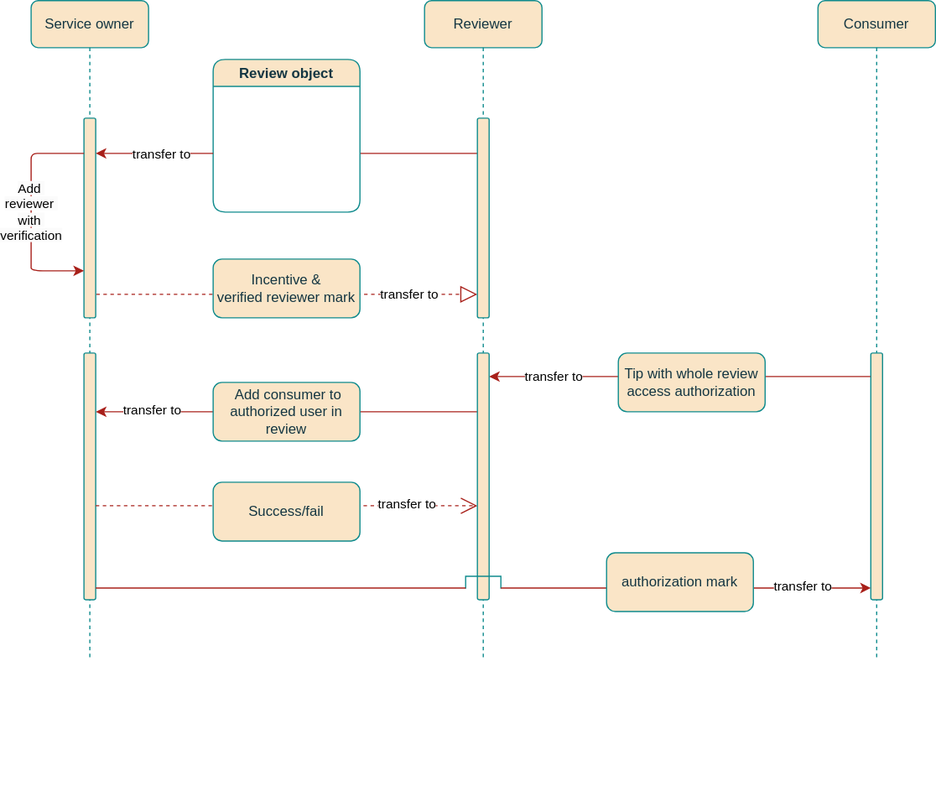
devan-ko/rating_poc keeps this draw.io diagram as Seq_Diagram_none_use_escrow.drawio.svg. Above is the earlier version. Source tidied: cells renumbered, new cells last; positions are measured from the earlier drawing's top-left corner, leaving out a move shared by most shapes.
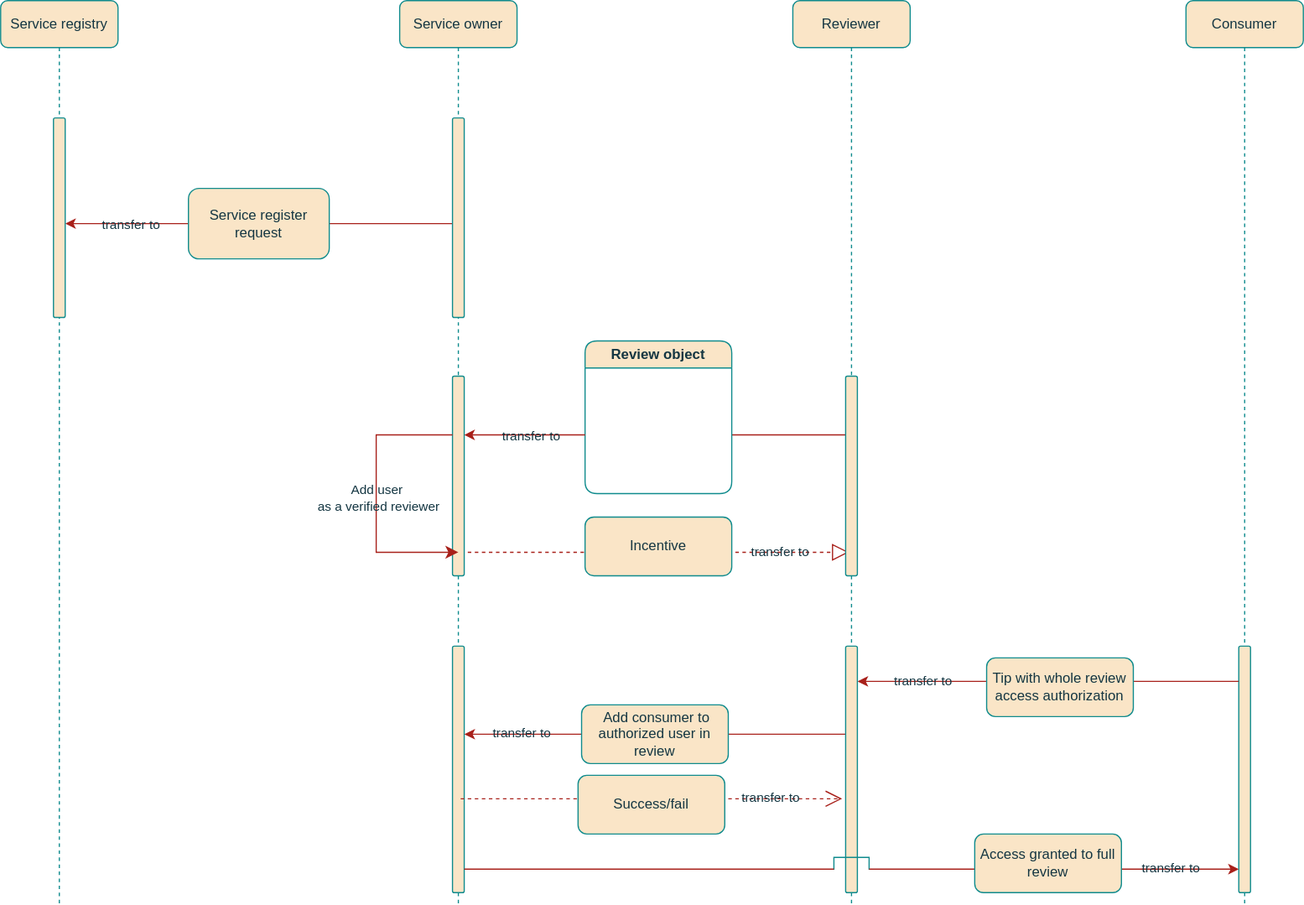
After the commit.

Change to the diagram source:
```diff
@@ -2,76 +2,90 @@
   <root>
     <mxCell id="0" />
     <mxCell id="1" parent="0" />
+    <mxCell id="33" style="endArrow=classic;html=1;rounded=0;labelBackgroundColor=none;strokeColor=#A8201A;fontColor=default;" parent="1" edge="1" source="35">
+      <mxGeometry relative="1" as="geometry">
+        <mxPoint x="45" y="180" as="targetPoint" />
+      </mxGeometry>
+    </mxCell>
+    <mxCell id="34" value="transfer to" style="edgeLabel;html=1;align=center;verticalAlign=middle;labelBackgroundColor=none;fontColor=#143642;" parent="33" vertex="1">
+      <mxGeometry x="0.19" relative="1" as="geometry">
+        <mxPoint x="-78" as="offset" />
+      </mxGeometry>
+    </mxCell>
-    <mxCell id="2" style="endArrow=block;dashed=1;endFill=0;endSize=12;html=1;rounded=1;jumpStyle=none;jumpSize=0;labelBackgroundColor=none;fontColor=default;strokeColor=#A8201A;" parent="1" edge="1" source="4">
+    <mxCell id="2" style="endArrow=block;dashed=1;endFill=0;endSize=12;html=1;rounded=1;jumpStyle=none;jumpSize=0;labelBackgroundColor=none;fontColor=default;strokeColor=#A8201A;" parent="1" edge="1">
       <mxGeometry relative="1" as="geometry">
-        <mxPoint x="380" y="250" as="targetPoint" />
+        <mxPoint x="382" y="460" as="sourcePoint" />
+        <mxPoint x="713" y="460" as="targetPoint" />
       </mxGeometry>
     </mxCell>
-    <mxCell id="3" value="transfer to" style="edgeLabel;html=1;align=center;verticalAlign=middle;" parent="2" vertex="1">
+    <mxCell id="3" value="transfer to" style="edgeLabel;html=1;align=center;verticalAlign=middle;labelBackgroundColor=none;fontColor=#143642;" parent="2" vertex="1">
       <mxGeometry x="0.64" y="1" relative="1" as="geometry" />
     </mxCell>
     <mxCell id="4" value="Service owner" style="shape=umlLifeline;perimeter=lifelinePerimeter;whiteSpace=wrap;html=1;outlineConnect=0;portConstraint=eastwest;newEdgeStyle={&quot;edgeStyle&quot;:&quot;elbowEdgeStyle&quot;,&quot;elbow&quot;:&quot;vertical&quot;,&quot;curved&quot;:0,&quot;rounded&quot;:0};labelBackgroundColor=none;rounded=1;fillColor=#FAE5C7;strokeColor=#0F8B8D;fontColor=#143642;" parent="1" vertex="1">
-      <mxGeometry width="100" height="560" as="geometry" />
+      <mxGeometry x="330" y="-10" width="100" height="770" as="geometry" />
     </mxCell>
     <mxCell id="5" style="html=1;points=[[0,0,0,0,5],[0,1,0,0,-5],[1,0,0,0,5],[1,1,0,0,-5]];perimeter=orthogonalPerimeter;outlineConnect=0;targetShapes=umlLifeline;portConstraint=eastwest;newEdgeStyle={&quot;curved&quot;:0,&quot;rounded&quot;:0};labelBackgroundColor=none;rounded=1;fillColor=#FAE5C7;strokeColor=#0F8B8D;fontColor=#143642;" parent="4" vertex="1">
-      <mxGeometry x="45" y="100" width="10" height="170" as="geometry" />
+      <mxGeometry x="45" y="320" width="10" height="170" as="geometry" />
     </mxCell>
     <mxCell id="6" style="html=1;perimeter=orthogonalPerimeter;targetShapes=umlLifeline;newEdgeStyle={&quot;curved&quot;:0,&quot;rounded&quot;:0};labelBackgroundColor=none;rounded=1;fillColor=#FAE5C7;strokeColor=#0F8B8D;fontColor=#143642;" parent="4" vertex="1">
-      <mxGeometry x="45" y="300" width="10" height="210" as="geometry" />
+      <mxGeometry x="45" y="550" width="10" height="210" as="geometry" />
     </mxCell>
+    <mxCell id="35" style="html=1;points=[[0,0,0,0,5],[0,1,0,0,-5],[1,0,0,0,5],[1,1,0,0,-5]];perimeter=orthogonalPerimeter;outlineConnect=0;targetShapes=umlLifeline;portConstraint=eastwest;newEdgeStyle={&quot;curved&quot;:0,&quot;rounded&quot;:0};labelBackgroundColor=none;rounded=1;fillColor=#FAE5C7;strokeColor=#0F8B8D;fontColor=#143642;" parent="4" vertex="1">
+      <mxGeometry x="45" y="100" width="10" height="170" as="geometry" />
+    </mxCell>
     <mxCell id="7" value="Consumer" style="shape=umlLifeline;perimeter=lifelinePerimeter;whiteSpace=wrap;html=1;newEdgeStyle={&quot;edgeStyle&quot;:&quot;elbowEdgeStyle&quot;,&quot;elbow&quot;:&quot;vertical&quot;,&quot;curved&quot;:0,&quot;rounded&quot;:0};labelBackgroundColor=none;rounded=1;fillColor=#FAE5C7;strokeColor=#0F8B8D;fontColor=#143642;" parent="1" vertex="1">
-      <mxGeometry x="670" width="100" height="560" as="geometry" />
+      <mxGeometry x="1000" y="-10" width="100" height="770" as="geometry" />
     </mxCell>
     <mxCell id="8" style="html=1;perimeter=orthogonalPerimeter;targetShapes=umlLifeline;newEdgeStyle={&quot;curved&quot;:0,&quot;rounded&quot;:0};labelBackgroundColor=none;rounded=1;fillColor=#FAE5C7;strokeColor=#0F8B8D;fontColor=#143642;" parent="7" vertex="1">
-      <mxGeometry x="45" y="300" width="10" height="210" as="geometry" />
+      <mxGeometry x="45" y="550" width="10" height="210" as="geometry" />
     </mxCell>
     <mxCell id="9" style="endArrow=none;html=1;rounded=1;jumpStyle=none;jumpSize=0;labelBackgroundColor=none;fontColor=default;strokeColor=#A8201A;" parent="1" edge="1">
       <mxGeometry relative="1" as="geometry">
-        <mxPoint x="280" y="130" as="sourcePoint" />
-        <mxPoint x="380" y="130" as="targetPoint" />
+        <mxPoint x="613" y="360" as="sourcePoint" />
+        <mxPoint x="713" y="360" as="targetPoint" />
       </mxGeometry>
     </mxCell>
     <mxCell id="10" value="Review object" style="swimlane;whiteSpace=wrap;html=1;labelBackgroundColor=none;rounded=1;fillColor=#FAE5C7;strokeColor=#0F8B8D;fontColor=#143642;" parent="1" vertex="1">
-      <mxGeometry x="155" y="50" width="125" height="130" as="geometry" />
+      <mxGeometry x="488" y="280" width="125" height="130" as="geometry" />
     </mxCell>
     <mxCell id="11" style="endArrow=classic;html=1;rounded=1;jumpStyle=none;jumpSize=0;labelBackgroundColor=none;fontColor=default;strokeColor=#A8201A;" parent="10" edge="1" target="5">
       <mxGeometry relative="1" as="geometry">
         <mxPoint y="80" as="sourcePoint" />
       </mxGeometry>
     </mxCell>
-    <mxCell id="12" value="transfer to" style="edgeLabel;html=1;align=center;verticalAlign=middle;" parent="11" vertex="1">
+    <mxCell id="12" value="transfer to" style="edgeLabel;html=1;align=center;verticalAlign=middle;labelBackgroundColor=none;fontColor=#143642;" parent="11" vertex="1">
       <mxGeometry x="0.26" y="4" relative="1" as="geometry">
         <mxPoint x="18" y="-4" as="offset" />
       </mxGeometry>
     </mxCell>
-    <mxCell id="13" value="Incentive &amp;amp;&lt;br&gt;verified reviewer mark" style="html=1;whiteSpace=wrap;labelBackgroundColor=none;rounded=1;fillColor=#FAE5C7;strokeColor=#0F8B8D;fontColor=#143642;" parent="1" vertex="1">
-      <mxGeometry x="155" y="220" width="125" height="50" as="geometry" />
+    <mxCell id="13" value="Incentive" style="html=1;whiteSpace=wrap;labelBackgroundColor=none;rounded=1;fillColor=#FAE5C7;strokeColor=#0F8B8D;fontColor=#143642;" parent="1" vertex="1">
+      <mxGeometry x="488" y="430" width="125" height="50" as="geometry" />
     </mxCell>
     <mxCell id="14" style="endArrow=classic;html=1;rounded=1;jumpStyle=none;jumpSize=0;labelBackgroundColor=none;fontColor=default;strokeColor=#A8201A;" parent="1" edge="1">
       <mxGeometry relative="1" as="geometry">
-        <mxPoint x="714.7" y="320" as="sourcePoint" />
-        <mxPoint x="390" y="320" as="targetPoint" />
+        <mxPoint x="1044.9" y="570" as="sourcePoint" />
+        <mxPoint x="720.1" y="570" as="targetPoint" />
       </mxGeometry>
     </mxCell>
-    <mxCell id="15" value="transfer to" style="edgeLabel;html=1;align=center;verticalAlign=middle;" parent="14" vertex="1">
+    <mxCell id="15" value="transfer to" style="edgeLabel;html=1;align=center;verticalAlign=middle;labelBackgroundColor=none;fontColor=#143642;" parent="14" vertex="1">
       <mxGeometry x="0.66" y="-1" relative="1" as="geometry" />
     </mxCell>
     <mxCell id="16" style="endArrow=classic;html=1;rounded=1;jumpStyle=none;jumpSize=0;labelBackgroundColor=none;fontColor=default;strokeColor=#A8201A;" parent="1" edge="1">
       <mxGeometry relative="1" as="geometry">
-        <mxPoint x="379.9" y="350" as="sourcePoint" />
-        <mxPoint x="55.1" y="350" as="targetPoint" />
+        <mxPoint x="709.9" y="615" as="sourcePoint" />
+        <mxPoint x="385.1" y="615" as="targetPoint" />
       </mxGeometry>
     </mxCell>
-    <mxCell id="17" value="transfer to" style="edgeLabel;html=1;align=center;verticalAlign=middle;" parent="16" vertex="1">
+    <mxCell id="17" value="transfer to" style="edgeLabel;html=1;align=center;verticalAlign=middle;labelBackgroundColor=none;fontColor=#143642;" parent="16" vertex="1">
       <mxGeometry x="0.71" y="-2" relative="1" as="geometry" />
     </mxCell>
     <mxCell id="18" style="endArrow=open;endSize=12;dashed=1;html=1;rounded=1;jumpStyle=none;jumpSize=0;labelBackgroundColor=none;fontColor=default;strokeColor=#A8201A;" parent="1" edge="1">
       <mxGeometry relative="1" as="geometry">
-        <mxPoint x="55" y="430" as="sourcePoint" />
-        <mxPoint x="380" y="430" as="targetPoint" />
+        <mxPoint x="382" y="670" as="sourcePoint" />
+        <mxPoint x="707" y="670" as="targetPoint" />
       </mxGeometry>
     </mxCell>
-    <mxCell id="19" value="transfer to" style="edgeLabel;html=1;align=center;verticalAlign=middle;" parent="18" vertex="1">
+    <mxCell id="19" value="transfer to" style="edgeLabel;html=1;align=center;verticalAlign=middle;labelBackgroundColor=none;fontColor=#143642;" parent="18" vertex="1">
       <mxGeometry x="0.62" y="2" relative="1" as="geometry" />
     </mxCell>
     <mxCell id="20" style="endArrow=classic;html=1;rounded=1;jumpStyle=arc;jumpSize=30;labelBackgroundColor=none;fontColor=default;strokeColor=#A8201A;" parent="1" edge="1">
@@ -81,57 +95,62 @@
       </mxGeometry>
     </mxCell>
     <mxCell id="21" value="Reviewer" style="shape=umlLifeline;perimeter=lifelinePerimeter;whiteSpace=wrap;html=1;newEdgeStyle={&quot;edgeStyle&quot;:&quot;elbowEdgeStyle&quot;,&quot;elbow&quot;:&quot;vertical&quot;,&quot;curved&quot;:0,&quot;rounded&quot;:0};strokeOpacity=100;labelBackgroundColor=none;rounded=1;fillColor=#FAE5C7;strokeColor=#0F8B8D;fontColor=#143642;" parent="1" vertex="1">
-      <mxGeometry x="335" width="100" height="560" as="geometry" />
+      <mxGeometry x="665" y="-10" width="100" height="770" as="geometry" />
     </mxCell>
     <mxCell id="22" style="html=1;perimeter=orthogonalPerimeter;targetShapes=umlLifeline;newEdgeStyle={&quot;curved&quot;:0,&quot;rounded&quot;:0};labelBackgroundColor=none;rounded=1;fillColor=#FAE5C7;strokeColor=#0F8B8D;fontColor=#143642;" parent="21" vertex="1">
-      <mxGeometry x="45" y="100" width="10" height="170" as="geometry" />
+      <mxGeometry x="45" y="320" width="10" height="170" as="geometry" />
     </mxCell>
     <mxCell id="23" style="html=1;perimeter=orthogonalPerimeter;targetShapes=umlLifeline;newEdgeStyle={&quot;curved&quot;:0,&quot;rounded&quot;:0};labelBackgroundColor=none;rounded=1;fillColor=#FAE5C7;strokeColor=#0F8B8D;fontColor=#143642;" parent="21" vertex="1">
-      <mxGeometry x="45" y="300" width="10" height="210" as="geometry" />
+      <mxGeometry x="45" y="550" width="10" height="210" as="geometry" />
     </mxCell>
-    <mxCell id="24" value="&lt;meta charset=&quot;utf-8&quot;&gt;&lt;span style=&quot;color: rgb(0, 0, 0); font-family: Helvetica; font-size: 11px; font-style: normal; font-variant-ligatures: normal; font-variant-caps: normal; font-weight: 400; letter-spacing: normal; orphans: 2; text-align: center; text-indent: 0px; text-transform: none; widows: 2; word-spacing: 0px; -webkit-text-stroke-width: 0px; background-color: rgb(251, 251, 251); text-decoration-thickness: initial; text-decoration-style: initial; text-decoration-color: initial; float: none; display: inline !important;&quot;&gt;Add&amp;nbsp;&lt;/span&gt;&lt;br style=&quot;border-color: var(--border-color); color: rgb(0, 0, 0); font-family: Helvetica; font-size: 11px; font-style: normal; font-variant-ligatures: normal; font-variant-caps: normal; font-weight: 400; letter-spacing: normal; orphans: 2; text-align: center; text-indent: 0px; text-transform: none; widows: 2; word-spacing: 0px; -webkit-text-stroke-width: 0px; background-color: rgb(251, 251, 251); text-decoration-thickness: initial; text-decoration-style: initial; text-decoration-color: initial;&quot;&gt;&lt;span style=&quot;color: rgb(0, 0, 0); font-family: Helvetica; font-size: 11px; font-style: normal; font-variant-ligatures: normal; font-variant-caps: normal; font-weight: 400; letter-spacing: normal; orphans: 2; text-align: center; text-indent: 0px; text-transform: none; widows: 2; word-spacing: 0px; -webkit-text-stroke-width: 0px; background-color: rgb(251, 251, 251); text-decoration-thickness: initial; text-decoration-style: initial; text-decoration-color: initial; float: none; display: inline !important;&quot;&gt;reviewer&amp;nbsp;&lt;/span&gt;&lt;br style=&quot;border-color: var(--border-color); color: rgb(0, 0, 0); font-family: Helvetica; font-size: 11px; font-style: normal; font-variant-ligatures: normal; font-variant-caps: normal; font-weight: 400; letter-spacing: normal; orphans: 2; text-align: center; text-indent: 0px; text-transform: none; widows: 2; word-spacing: 0px; -webkit-text-stroke-width: 0px; background-color: rgb(251, 251, 251); text-decoration-thickness: initial; text-decoration-style: initial; text-decoration-color: initial;&quot;&gt;&lt;span style=&quot;color: rgb(0, 0, 0); font-family: Helvetica; font-size: 11px; font-style: normal; font-variant-ligatures: normal; font-variant-caps: normal; font-weight: 400; letter-spacing: normal; orphans: 2; text-align: center; text-indent: 0px; text-transform: none; widows: 2; word-spacing: 0px; -webkit-text-stroke-width: 0px; background-color: rgb(251, 251, 251); text-decoration-thickness: initial; text-decoration-style: initial; text-decoration-color: initial; float: none; display: inline !important;&quot;&gt;with&amp;nbsp;&lt;/span&gt;&lt;br style=&quot;border-color: var(--border-color); color: rgb(0, 0, 0); font-family: Helvetica; font-size: 11px; font-style: normal; font-variant-ligatures: normal; font-variant-caps: normal; font-weight: 400; letter-spacing: normal; orphans: 2; text-align: center; text-indent: 0px; text-transform: none; widows: 2; word-spacing: 0px; -webkit-text-stroke-width: 0px; background-color: rgb(251, 251, 251); text-decoration-thickness: initial; text-decoration-style: initial; text-decoration-color: initial;&quot;&gt;&lt;span style=&quot;color: rgb(0, 0, 0); font-family: Helvetica; font-size: 11px; font-style: normal; font-variant-ligatures: normal; font-variant-caps: normal; font-weight: 400; letter-spacing: normal; orphans: 2; text-align: center; text-indent: 0px; text-transform: none; widows: 2; word-spacing: 0px; -webkit-text-stroke-width: 0px; background-color: rgb(251, 251, 251); text-decoration-thickness: initial; text-decoration-style: initial; text-decoration-color: initial; float: none; display: inline !important;&quot;&gt;verification&lt;/span&gt;" style="endArrow=classic;html=1;rounded=1;labelBackgroundColor=none;fontColor=default;strokeColor=#A8201A;" parent="1" edge="1" target="5">
-      <mxGeometry relative="1" as="geometry">
-        <mxPoint x="45" y="130" as="sourcePoint" />
-        <Array as="points">
-          <mxPoint x="30" y="130" />
-          <mxPoint x="20" y="130" />
-          <mxPoint y="130" />
-          <mxPoint y="140" />
-          <mxPoint y="200" />
-          <mxPoint y="220" />
-          <mxPoint y="230" />
-          <mxPoint x="20" y="230" />
-        </Array>
-      </mxGeometry>
-    </mxCell>
     <mxCell id="25" value="Tip with whole review access authorization" style="html=1;whiteSpace=wrap;labelBackgroundColor=none;rounded=1;fillColor=#FAE5C7;strokeColor=#0F8B8D;fontColor=#143642;" parent="1" vertex="1">
-      <mxGeometry x="500" y="300" width="125" height="50" as="geometry" />
+      <mxGeometry x="830.1" y="550" width="125" height="50" as="geometry" />
     </mxCell>
     <mxCell id="26" value="&amp;nbsp;Add consumer to authorized user in review" style="html=1;whiteSpace=wrap;labelBackgroundColor=none;rounded=1;fillColor=#FAE5C7;strokeColor=#0F8B8D;fontColor=#143642;" parent="1" vertex="1">
-      <mxGeometry x="155" y="325" width="125" height="50" as="geometry" />
+      <mxGeometry x="485" y="590" width="125" height="50" as="geometry" />
     </mxCell>
     <mxCell id="27" value="Success/fail" style="html=1;whiteSpace=wrap;labelBackgroundColor=none;rounded=1;fillColor=#FAE5C7;strokeColor=#0F8B8D;fontColor=#143642;" parent="1" vertex="1">
-      <mxGeometry x="155" y="410" width="125" height="50" as="geometry" />
+      <mxGeometry x="482" y="650" width="125" height="50" as="geometry" />
     </mxCell>
     <mxCell id="28" style="shape=partialRectangle;whiteSpace=wrap;html=1;bottom=1;right=1;left=1;top=0;fillColor=none;routingCenterX=-0.5;direction=west;labelBackgroundColor=none;rounded=1;strokeColor=#0F8B8D;fontColor=#143642;" parent="1" vertex="1">
-      <mxGeometry x="370" y="490" width="30" height="10" as="geometry" />
+      <mxGeometry x="700" y="720" width="30" height="10" as="geometry" />
     </mxCell>
     <mxCell id="29" style="endArrow=none;html=1;rounded=1;entryX=1;entryY=0;entryDx=0;entryDy=0;labelBackgroundColor=none;fontColor=default;strokeColor=#A8201A;" parent="1" edge="1" target="28">
       <mxGeometry relative="1" as="geometry">
-        <mxPoint x="55" y="500" as="sourcePoint" />
+        <mxPoint x="385" y="730" as="sourcePoint" />
       </mxGeometry>
     </mxCell>
     <mxCell id="30" style="endArrow=classic;html=1;rounded=1;labelBackgroundColor=none;fontColor=default;strokeColor=#A8201A;" parent="1" edge="1">
       <mxGeometry relative="1" as="geometry">
-        <mxPoint x="400" y="500" as="sourcePoint" />
-        <mxPoint x="715" y="500" as="targetPoint" />
+        <mxPoint x="730" y="730" as="sourcePoint" />
+        <mxPoint x="1045" y="730" as="targetPoint" />
       </mxGeometry>
     </mxCell>
-    <mxCell id="31" value="transfer to" style="edgeLabel;html=1;align=center;verticalAlign=middle;" parent="30" vertex="1">
+    <mxCell id="31" value="transfer to" style="edgeLabel;html=1;align=center;verticalAlign=middle;labelBackgroundColor=none;fontColor=#143642;" parent="30" vertex="1">
       <mxGeometry x="0.63" y="2" relative="1" as="geometry" />
     </mxCell>
-    <mxCell id="32" value="authorization mark" style="html=1;whiteSpace=wrap;labelBackgroundColor=none;rounded=1;fillColor=#FAE5C7;strokeColor=#0F8B8D;fontColor=#143642;" parent="1" vertex="1">
-      <mxGeometry x="490" y="470" width="125" height="50" as="geometry" />
+    <mxCell id="32" value="Access granted to full review" style="html=1;whiteSpace=wrap;labelBackgroundColor=none;rounded=1;fillColor=#FAE5C7;strokeColor=#0F8B8D;fontColor=#143642;" parent="1" vertex="1">
+      <mxGeometry x="820" y="700" width="125" height="50" as="geometry" />
     </mxCell>
+    <mxCell id="36" value="Service registry" style="shape=umlLifeline;perimeter=lifelinePerimeter;whiteSpace=wrap;html=1;newEdgeStyle={&quot;edgeStyle&quot;:&quot;elbowEdgeStyle&quot;,&quot;elbow&quot;:&quot;vertical&quot;,&quot;curved&quot;:0,&quot;rounded&quot;:0};labelBackgroundColor=none;rounded=1;fillColor=#FAE5C7;strokeColor=#0F8B8D;fontColor=#143642;" parent="1" vertex="1">
+      <mxGeometry x="-10" y="-10" width="100" height="770" as="geometry" />
+    </mxCell>
+    <mxCell id="37" style="html=1;perimeter=orthogonalPerimeter;targetShapes=umlLifeline;newEdgeStyle={&quot;curved&quot;:0,&quot;rounded&quot;:0};labelBackgroundColor=none;rounded=1;fillColor=#FAE5C7;strokeColor=#0F8B8D;fontColor=#143642;" parent="36" vertex="1">
+      <mxGeometry x="45" y="100" width="10" height="170" as="geometry" />
+    </mxCell>
+    <mxCell id="38" style="edgeStyle=elbowEdgeStyle;endArrow=classic;html=1;rounded=0;endSize=8;startSize=8;labelBackgroundColor=none;strokeColor=#A8201A;fontColor=default;" parent="1" edge="1" source="5">
+      <mxGeometry relative="1" as="geometry">
+        <mxPoint x="380" y="460" as="targetPoint" />
+        <Array as="points">
+          <mxPoint x="310" y="360" />
+        </Array>
+      </mxGeometry>
+    </mxCell>
+    <mxCell id="39" value="Add user&amp;nbsp;&lt;br&gt;as a verified reviewer" style="edgeLabel;html=1;align=center;verticalAlign=middle;labelBackgroundColor=none;fontColor=#143642;" parent="38" vertex="1">
+      <mxGeometry x="0.01" y="1" relative="1" as="geometry" />
+    </mxCell>
+    <mxCell id="40" value="Service register request" style="rounded=1;whiteSpace=wrap;html=1;labelBackgroundColor=none;fillColor=#FAE5C7;strokeColor=#0F8B8D;fontColor=#143642;" parent="1" vertex="1">
+      <mxGeometry x="150" y="150" width="120" height="60" as="geometry" />
+    </mxCell>
   </root>
 </mxGraphModel>
```
